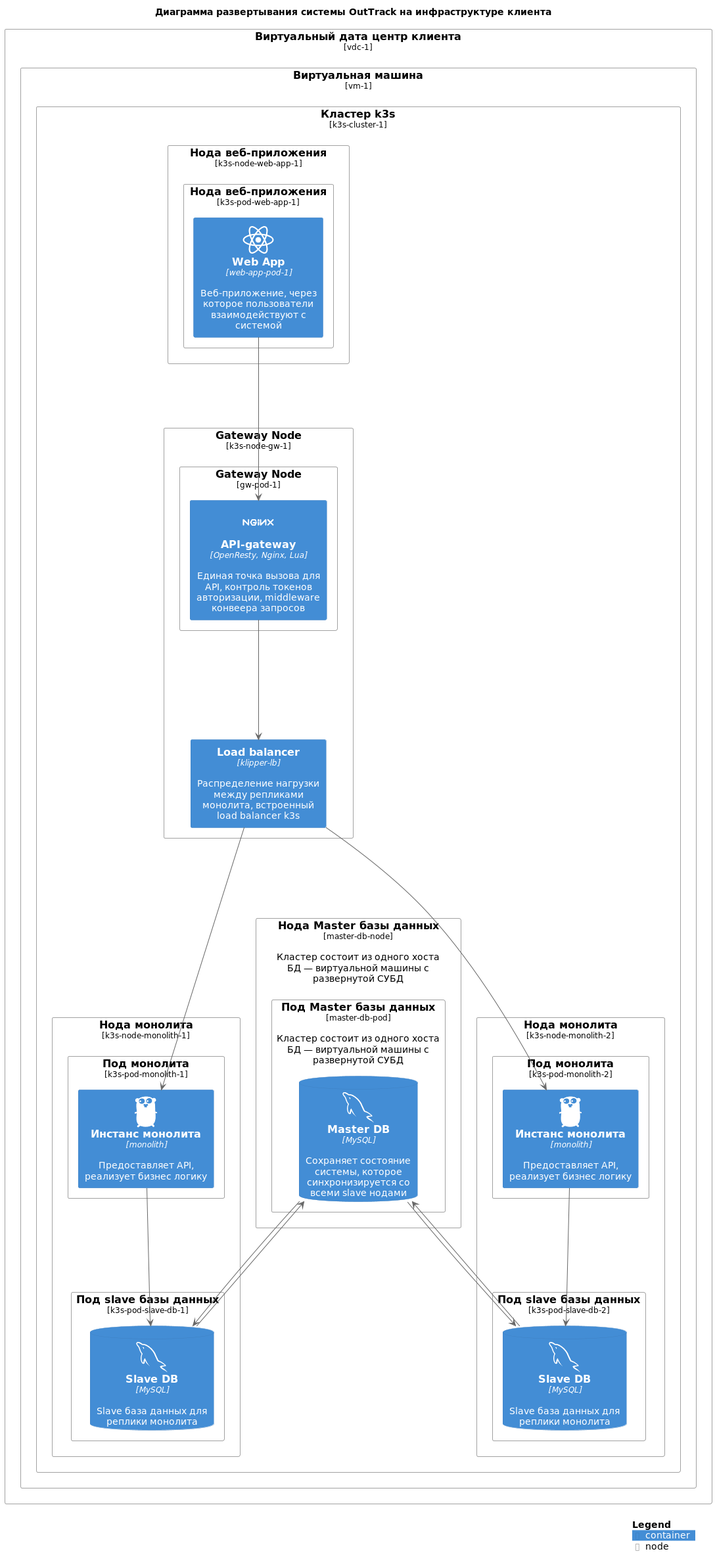
lich906/architectural-katas keeps this PlantUML diagram as Infrastructure/deployment-diagram.png. Above is the earlier version.
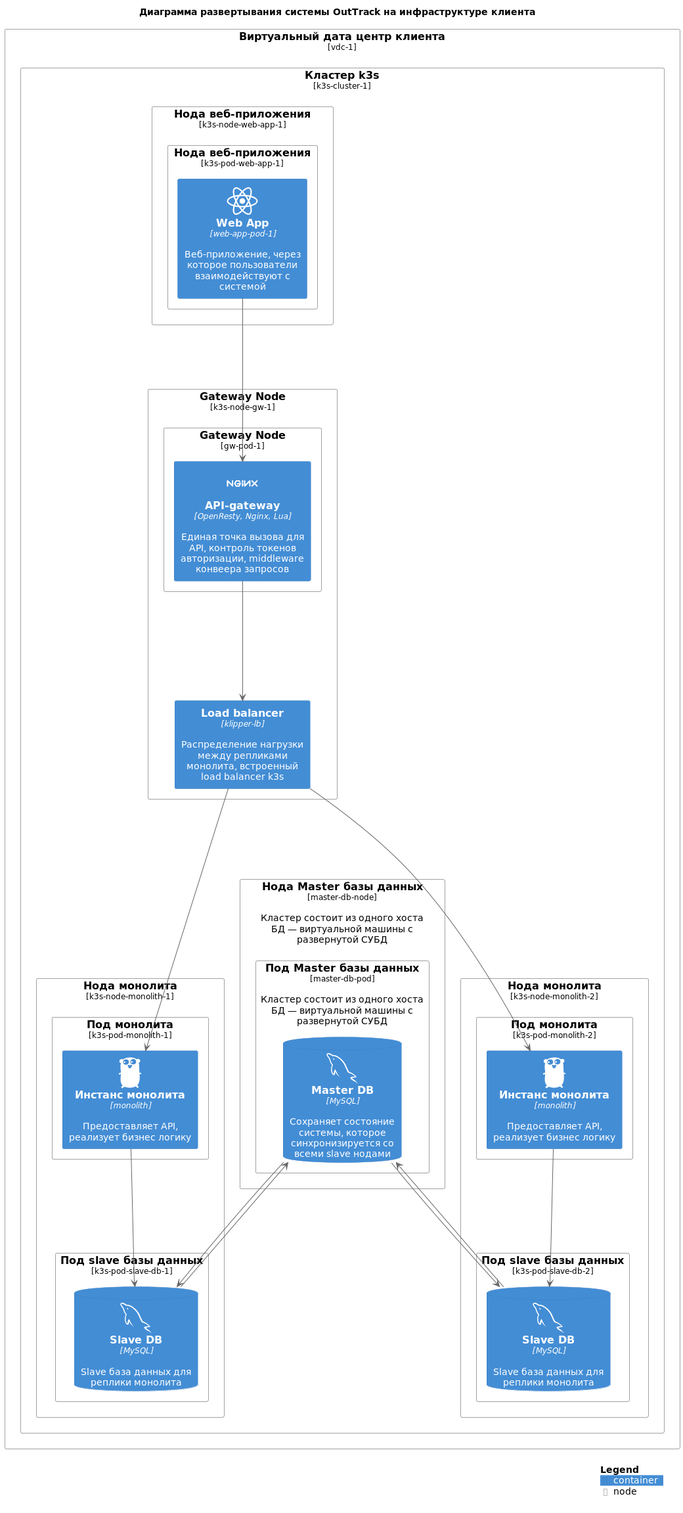
The same file after the commit.

Commit message:
master Правки по диаграмме деплоймента, исправил диаграмму maintaince, экспортнул её в картинку

The edit, as a diff of the source:
```diff
@@ -10,43 +10,41 @@
 title Диаграмма развертывания системы OutTrack на инфраструктуре клиента
 
 Deployment_Node(vdc, "Виртуальный дата центр клиента", "vdc-1"){
-    Deployment_Node(vdm, "Виртуальная машина", "vm-1"){
-        Deployment_Node(k3sCluster, "Кластер k3s", "k3s-cluster-1"){
-            Deployment_Node(webAppNode, "Нода веб-приложения", "k3s-node-web-app-1"){
-                Deployment_Node(k3s-pod-web-app-1, "Нода веб-приложения", "k3s-pod-web-app-1"){
-                    Container(webAppPod, "Web App", "web-app-pod-1", "Веб-приложение, через которое пользователи взаимодействуют с системой", $sprite="react_original")
-                }
+    Deployment_Node(k3sCluster, "Кластер k3s", "k3s-cluster-1"){
+        Deployment_Node(webAppNode, "Нода веб-приложения", "k3s-node-web-app-1"){
+            Deployment_Node(k3s-pod-web-app-1, "Нода веб-приложения", "k3s-pod-web-app-1"){
+                Container(webAppPod, "Web App", "web-app-pod-1", "Веб-приложение, через которое пользователи взаимодействуют с системой", $sprite="react_original")
             }
+        }
 
-            Deployment_Node(gwNode, "Gateway Node", "k3s-node-gw-1"){
-                Deployment_Node(gw-pod-1, "Gateway Node", "gw-pod-1"){
-                    Container(gwPod, "API-gateway", "OpenResty, Nginx, Lua", "Единая точка вызова для API, контроль токенов авторизации, middleware конвеера запросов", $sprite="nginx_original")
-                }
-                Container(lb, "Load balancer", "klipper-lb", "Распределение нагрузки между репликами монолита, встроенный load balancer k3s")
+        Deployment_Node(gwNode, "Gateway Node", "k3s-node-gw-1"){
+            Deployment_Node(gw-pod-1, "Gateway Node", "gw-pod-1"){
+                Container(gwPod, "API-gateway", "OpenResty, Nginx, Lua", "Единая точка вызова для API, контроль токенов авторизации, middleware конвеера запросов", $sprite="nginx_original")
             }
+            Container(lb, "Load balancer", "klipper-lb", "Распределение нагрузки между репликами монолита, встроенный load balancer k3s")
+        }
 
-            Deployment_Node(k3s-node-monolith-1, "Нода монолита", "k3s-node-monolith-1"){
-                Deployment_Node(k3s-pod-monolith-1, "Под монолита", "k3s-pod-monolith-1"){
-                    Container(monolithPod1, "Инстанс монолита", "monolith", "Предоставляет API, реализует бизнес логику", $sprite="go")
-                }
-                Deployment_Node(k3s-pod-slave-db-1, "Под slave базы данных", "k3s-pod-slave-db-1"){
-                    ContainerDb(slaveDbPod1, "Slave DB", "MySQL", "Slave база данных для реплики монолита", "", $sprite="mysql")
-                }
+        Deployment_Node(k3s-node-monolith-1, "Нода монолита", "k3s-node-monolith-1"){
+            Deployment_Node(k3s-pod-monolith-1, "Под монолита", "k3s-pod-monolith-1"){
+                Container(monolithPod1, "Инстанс монолита", "monolith", "Предоставляет API, реализует бизнес логику", $sprite="go")
             }
+            Deployment_Node(k3s-pod-slave-db-1, "Под slave базы данных", "k3s-pod-slave-db-1"){
+                ContainerDb(slaveDbPod1, "Slave DB", "MySQL", "Slave база данных для реплики монолита", "", $sprite="mysql")
+            }
+        }
 
-            Deployment_Node(k3s-node-monolith-2, "Нода монолита", "k3s-node-monolith-2"){
-                Deployment_Node(k3s-pod-monolith-2, "Под монолита", "k3s-pod-monolith-2"){
-                    Container(monolithPod2, "Инстанс монолита", "monolith", "Предоставляет API, реализует бизнес логику", $sprite="go")
-                }
-                Deployment_Node(k3s-pod-slave-db-2, "Под slave базы данных", "k3s-pod-slave-db-2"){
-                    ContainerDb(slaveDbPod2, "Slave DB", "MySQL", "Slave база данных для реплики монолита", "", $sprite="mysql")
-                }
+        Deployment_Node(k3s-node-monolith-2, "Нода монолита", "k3s-node-monolith-2"){
+            Deployment_Node(k3s-pod-monolith-2, "Под монолита", "k3s-pod-monolith-2"){
+                Container(monolithPod2, "Инстанс монолита", "monolith", "Предоставляет API, реализует бизнес логику", $sprite="go")
             }
+            Deployment_Node(k3s-pod-slave-db-2, "Под slave базы данных", "k3s-pod-slave-db-2"){
+                ContainerDb(slaveDbPod2, "Slave DB", "MySQL", "Slave база данных для реплики монолита", "", $sprite="mysql")
+            }
+        }
 
-            Deployment_Node(masterDbNode, "Нода Master базы данных", "master-db-node", "Кластер состоит из одного хоста БД — виртуальной машины с развернутой СУБД"){
-                Deployment_Node(k3s-pod-master-db, "Под Master базы данных", "master-db-pod", "Кластер состоит из одного хоста БД — виртуальной машины с развернутой СУБД"){
-                    ContainerDb(masterDbPod, "Master DB", "MySQL", "Сохраняет состояние системы, которое синхронизируется со всеми slave нодами", "", $sprite="mysql")
-                }
+        Deployment_Node(masterDbNode, "Нода Master базы данных", "master-db-node", "Кластер состоит из одного хоста БД — виртуальной машины с развернутой СУБД"){
+            Deployment_Node(k3s-pod-master-db, "Под Master базы данных", "master-db-pod", "Кластер состоит из одного хоста БД — виртуальной машины с развернутой СУБД"){
+                ContainerDb(masterDbPod, "Master DB", "MySQL", "Сохраняет состояние системы, которое синхронизируется со всеми slave нодами", "", $sprite="mysql")
             }
         }
     }
```
